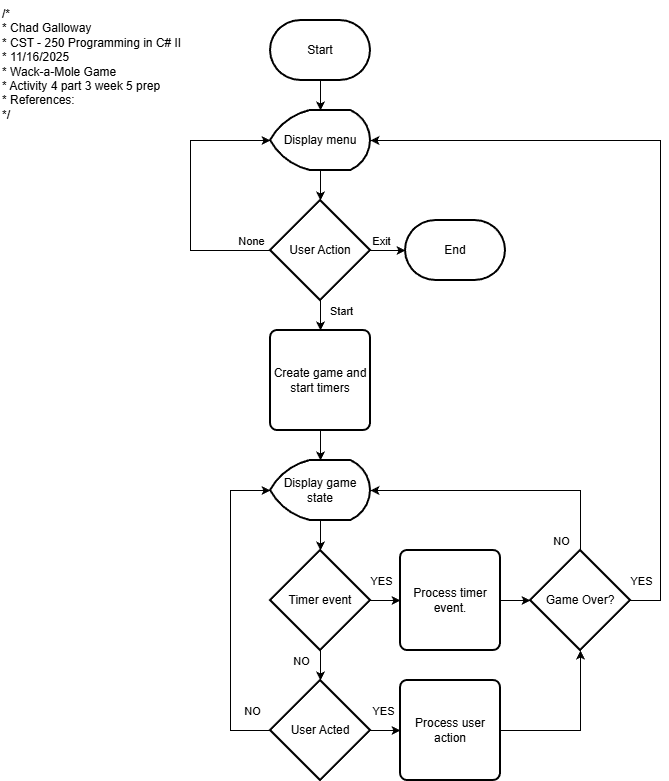
CGalloway3/CST-250-Projects keeps this draw.io diagram as Activity5/Pictures/Activity5_Flowchart.png. Above is the earlier version. Source tidied: cells renumbered, new cells last; positions are measured from the earlier drawing's top-left corner, leaving out a move shared by most shapes.
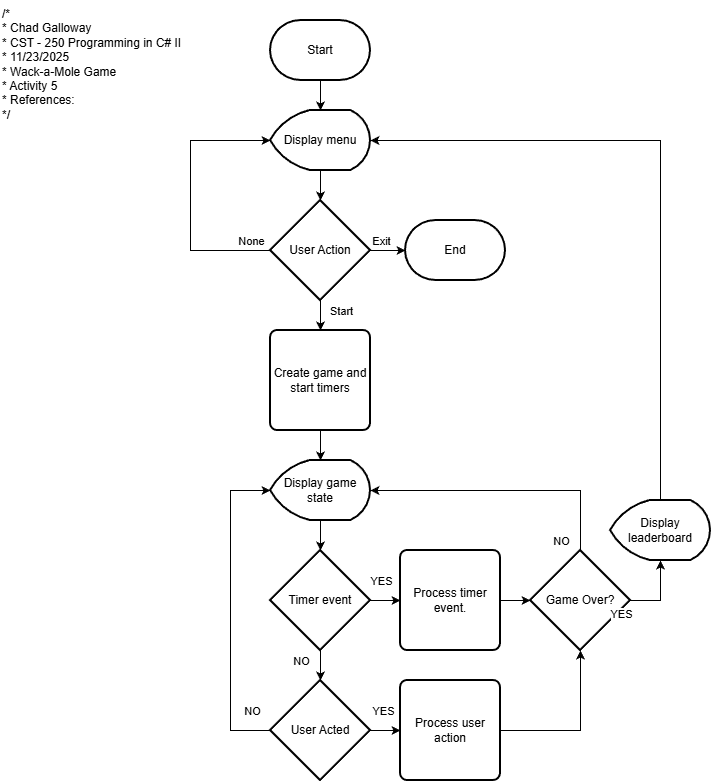
After the change.

Diff of the diagram source:
```diff
@@ -8,7 +8,7 @@
     <mxCell id="3" value="Start" style="strokeWidth=2;html=1;shape=mxgraph.flowchart.terminator;whiteSpace=wrap;" parent="1" vertex="1">
       <mxGeometry x="270" y="20" width="100" height="60" as="geometry" />
     </mxCell>
-    <mxCell id="4" value="/*&lt;br&gt; * Chad Galloway&lt;br&gt; * CST - 250 Programming in C# II&lt;br&gt; * 11/16/2025&lt;br&gt; * Wack-a-Mole Game&lt;br&gt; * Activity 4 part 3 week 5 prep&lt;br&gt; * References:&lt;br&gt; */" style="text;whiteSpace=wrap;html=1;" parent="1" vertex="1">
+    <mxCell id="4" value="/*&lt;br&gt; * Chad Galloway&lt;br&gt; * CST - 250 Programming in C# II&lt;br&gt; * 11/23/2025&lt;br&gt; * Wack-a-Mole Game&lt;br&gt; * Activity 5&lt;br&gt; * References:&lt;br&gt; */" style="text;whiteSpace=wrap;html=1;" parent="1" vertex="1">
       <mxGeometry width="210" height="130" as="geometry" />
     </mxCell>
     <mxCell id="5" style="edgeStyle=orthogonalEdgeStyle;rounded=0;jettySize=auto;html=1;" parent="1" edge="1" source="6" target="11">
@@ -115,19 +115,13 @@
         <mxPoint x="-20" y="13" as="offset" />
       </mxGeometry>
     </mxCell>
-    <mxCell id="32" style="edgeStyle=orthogonalEdgeStyle;rounded=0;jettySize=auto;html=1;exitX=1;exitY=0.5;exitDx=0;exitDy=0;exitPerimeter=0;entryX=1;entryY=0.5;entryDx=0;entryDy=0;entryPerimeter=0;" parent="1" edge="1" source="34" target="6">
+    <mxCell id="32" style="edgeStyle=orthogonalEdgeStyle;rounded=0;jettySize=auto;html=1;exitX=1;exitY=0.5;exitDx=0;exitDy=0;exitPerimeter=0;entryX=1;entryY=0.5;entryDx=0;entryDy=0;entryPerimeter=0;" parent="1" edge="1" source="39" target="6">
       <mxGeometry relative="1" as="geometry">
         <Array as="points">
-          <mxPoint x="660" y="600" />
           <mxPoint x="660" y="140" />
         </Array>
       </mxGeometry>
     </mxCell>
-    <mxCell id="33" value="YES" style="edgeLabel;html=1;align=center;verticalAlign=middle;" parent="32" vertex="1">
-      <mxGeometry x="-0.84" y="-2" relative="1" as="geometry">
-        <mxPoint x="-22" y="11" as="offset" />
-      </mxGeometry>
-    </mxCell>
     <mxCell id="34" value="Game Over?" style="strokeWidth=2;html=1;shape=mxgraph.flowchart.decision;whiteSpace=wrap;" parent="1" vertex="1">
       <mxGeometry x="530" y="550" width="100" height="100" as="geometry" />
     </mxCell>
@@ -147,5 +141,23 @@
     <mxCell id="37" style="edgeStyle=orthogonalEdgeStyle;rounded=0;jettySize=auto;html=1;exitX=1;exitY=0.5;exitDx=0;exitDy=0;entryX=0.5;entryY=1;entryDx=0;entryDy=0;entryPerimeter=0;" parent="1" edge="1" source="29" target="34">
       <mxGeometry relative="1" as="geometry" />
     </mxCell>
+    <mxCell id="38" style="edgeStyle=orthogonalEdgeStyle;rounded=0;jettySize=auto;html=1;exitX=1;exitY=0.5;exitDx=0;exitDy=0;exitPerimeter=0;entryX=1;entryY=0.5;entryDx=0;entryDy=0;entryPerimeter=0;" parent="1" edge="1" source="34" target="39">
+      <mxGeometry relative="1" as="geometry">
+        <Array as="points">
+          <mxPoint x="660" y="600" />
+        </Array>
+      </mxGeometry>
+    </mxCell>
+    <mxCell id="33" value="YES" style="edgeLabel;html=1;align=center;verticalAlign=middle;" parent="38" vertex="1">
+      <mxGeometry x="-0.84" y="-2" relative="1" as="geometry">
+        <mxPoint x="-22" y="11" as="offset" />
+      </mxGeometry>
+    </mxCell>
+    <mxCell id="39" value="Display leaderboard" style="strokeWidth=2;html=1;shape=mxgraph.flowchart.display;whiteSpace=wrap;" parent="1" vertex="1">
+      <mxGeometry x="610" y="500" width="100" height="60" as="geometry" />
+    </mxCell>
+    <mxCell id="40" style="edgeStyle=orthogonalEdgeStyle;rounded=0;jettySize=auto;html=1;exitX=1;exitY=0.5;exitDx=0;exitDy=0;exitPerimeter=0;entryX=0.5;entryY=1;entryDx=0;entryDy=0;entryPerimeter=0;" parent="1" edge="1" source="34" target="39">
+      <mxGeometry relative="1" as="geometry" />
+    </mxCell>
   </root>
 </mxGraphModel>
```
